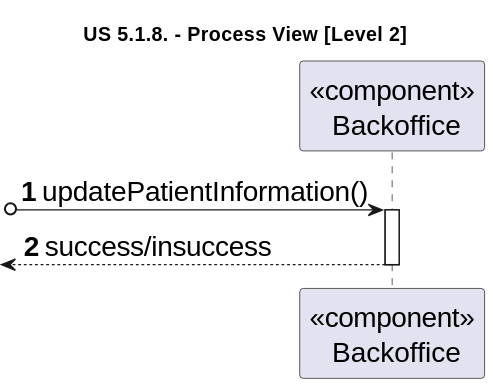
This is docs/sprint-1/1220841/us-5.1.4/diagrams/level-2-process-view.svg from rita-barbosa/LAPR5-2425, a PlantUML export, as it was before one commit.
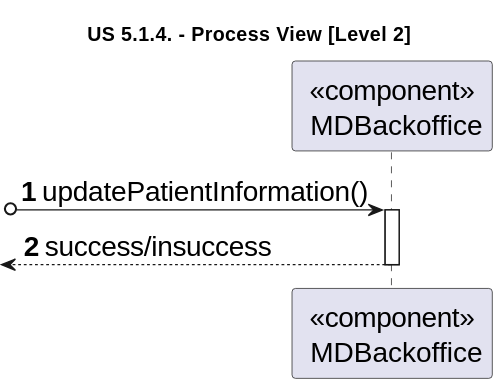
Above is the later version.

Diff of the diagram source:
```diff
@@ -1,11 +1,11 @@
 @startuml
 skinparamlocked defaultFontSize 20
 
-title "US 5.1.8. - Process View [Level 2]"
+title "US 5.1.4. - Process View [Level 2]"
 
 autonumber
 
-participant "<<component>>\n Backoffice" as bo
+participant "<<component>>\n MDBackoffice" as bo
 
 [o-> bo: updatePatientInformation()
 activate bo
```
